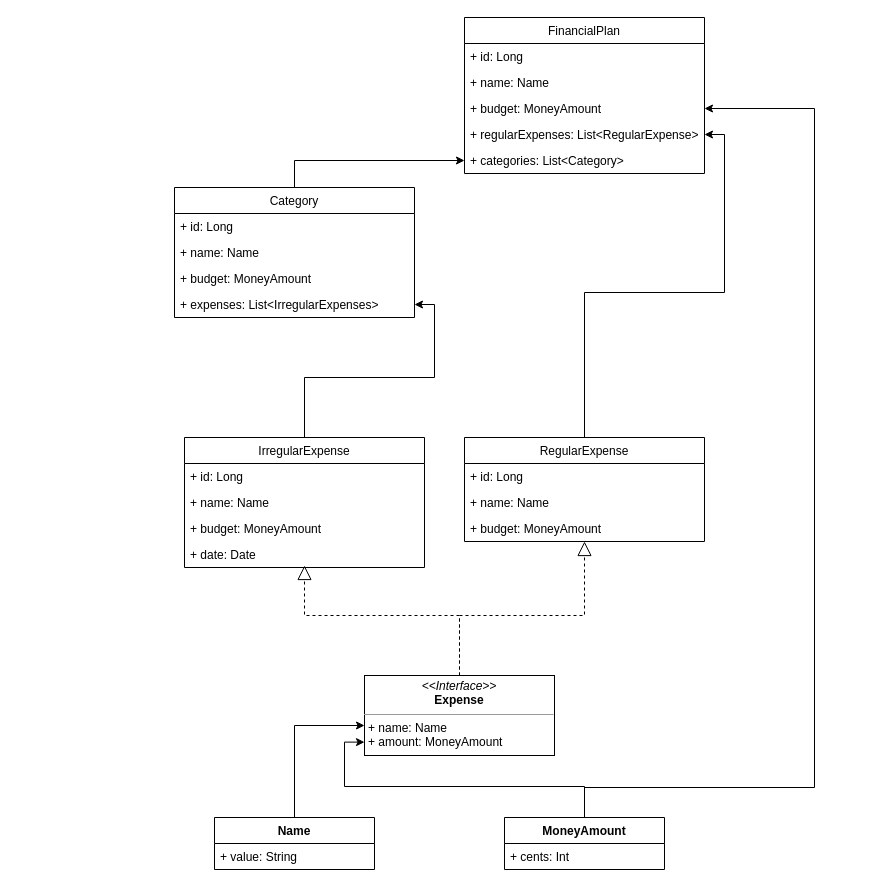
Earlier version of the draw.io diagram docu/Untitled Diagram.drawio (wiuwiu1/financial-planner). Source tidied: cells renumbered, new cells numbered last; positions are measured from the earlier drawing's top-left corner, leaving out a move shared by most shapes. Both pictures are drawn from the tidied source at 100%, with x=0, y=0 at pixel (174, 17).
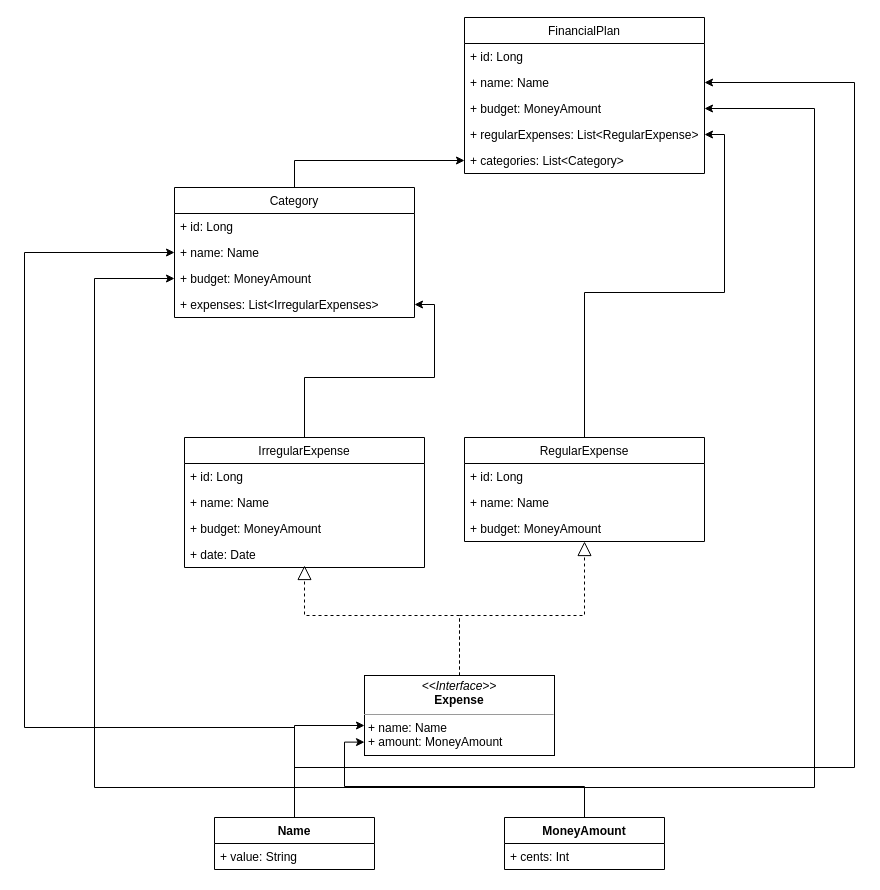
The same page after the edit.

The change refers to these unchanged cells:
```xml
<mxCell id="4" value="+ name: Name" style="text;strokeColor=none;fillColor=none;align=left;verticalAlign=top;spacingLeft=4;spacingRight=4;overflow=hidden;points=[[0,0.5],[1,0.5]];portConstraint=eastwest;" parent="2" vertex="1">
  <mxGeometry y="52" width="240" height="26" as="geometry" />
</mxCell>
<mxCell id="10" value="MoneyAmount" style="swimlane;fontStyle=1;align=center;verticalAlign=top;horizontal=1;startSize=26;" parent="1" vertex="1">
  <mxGeometry x="330" y="800" width="160" height="52" as="geometry" />
</mxCell>
<mxCell id="13" value="Name" style="swimlane;fontStyle=1;align=center;verticalAlign=top;horizontal=1;startSize=26;" parent="1" vertex="1">
  <mxGeometry x="40" y="800" width="160" height="52" as="geometry" />
</mxCell>
<mxCell id="30" value="+ name: Name" style="text;strokeColor=none;fillColor=none;align=left;verticalAlign=top;spacingLeft=4;spacingRight=4;overflow=hidden;points=[[0,0.5],[1,0.5]];portConstraint=eastwest;" parent="28" vertex="1">
  <mxGeometry y="52" width="240" height="26" as="geometry" />
</mxCell>
<mxCell id="31" value="+ budget: MoneyAmount" style="text;strokeColor=none;fillColor=none;align=left;verticalAlign=top;spacingLeft=4;spacingRight=4;overflow=hidden;points=[[0,0.5],[1,0.5]];portConstraint=eastwest;" parent="28" vertex="1">
  <mxGeometry y="78" width="240" height="26" as="geometry" />
</mxCell>
```

The edit, as a diff of the source:
```diff
@@
+    <mxCell id="35" style="edgeStyle=orthogonalEdgeStyle;rounded=0;jettySize=auto;html=1;exitX=0.5;exitY=0;exitDx=0;exitDy=0;entryX=0;entryY=0.5;entryDx=0;entryDy=0;" parent="1" edge="1" source="10" target="31">
+      <mxGeometry relative="1" as="geometry">
+        <Array as="points">
+          <mxPoint x="410" y="770" />
+          <mxPoint x="-80" y="770" />
+          <mxPoint x="-80" y="261" />
+        </Array>
+      </mxGeometry>
+    </mxCell>
@@
+    <mxCell id="36" style="edgeStyle=orthogonalEdgeStyle;rounded=0;jettySize=auto;html=1;exitX=0.5;exitY=0;exitDx=0;exitDy=0;entryX=0;entryY=0.5;entryDx=0;entryDy=0;" parent="1" edge="1" source="13" target="30">
+      <mxGeometry relative="1" as="geometry">
+        <Array as="points">
+          <mxPoint x="120" y="710" />
+          <mxPoint x="-150" y="710" />
+          <mxPoint x="-150" y="235" />
+        </Array>
+      </mxGeometry>
+    </mxCell>
+    <mxCell id="37" style="edgeStyle=orthogonalEdgeStyle;rounded=0;jettySize=auto;html=1;exitX=0.5;exitY=0;exitDx=0;exitDy=0;entryX=1;entryY=0.5;entryDx=0;entryDy=0;" parent="1" edge="1" source="13" target="4">
+      <mxGeometry relative="1" as="geometry">
+        <Array as="points">
+          <mxPoint x="120" y="750" />
+          <mxPoint x="680" y="750" />
+          <mxPoint x="680" y="65" />
+        </Array>
+      </mxGeometry>
+    </mxCell>
```
